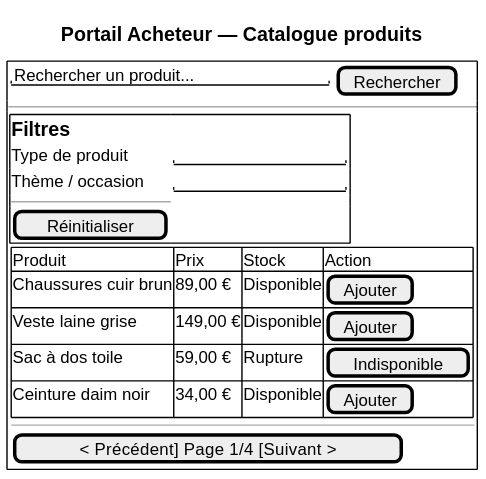
The PlantUML diagram architecture/04-physical-architecture/diagrams/ihm-pa-catalogue.svg in louistalvande/online_shop, before a commit. The source it was exported from:
```plantuml
@startsalt
title Portail Acheteur — Catalogue produits

{+
  {
    "Rechercher un produit...    " | [Rechercher]
  }
  --
  {
    {+
      == Filtres
      Type de produit  | "               "
      Thème / occasion | "               "
      --
      [Réinitialiser]
    }
    |
    {
      {#
        Produit                  | Prix    | Stock      | Action
        Chaussures cuir brun     | 89,00 € | Disponible | [Ajouter]
        Veste laine grise        | 149,00 €| Disponible | [Ajouter]
        Sac à dos toile          | 59,00 € | Rupture    | [Indisponible]
        Ceinture daim noir       | 34,00 € | Disponible | [Ajouter]
      }
      --
      [< Précédent]  Page 1/4  [Suivant >]
    }
  }
}
@endsalt
```
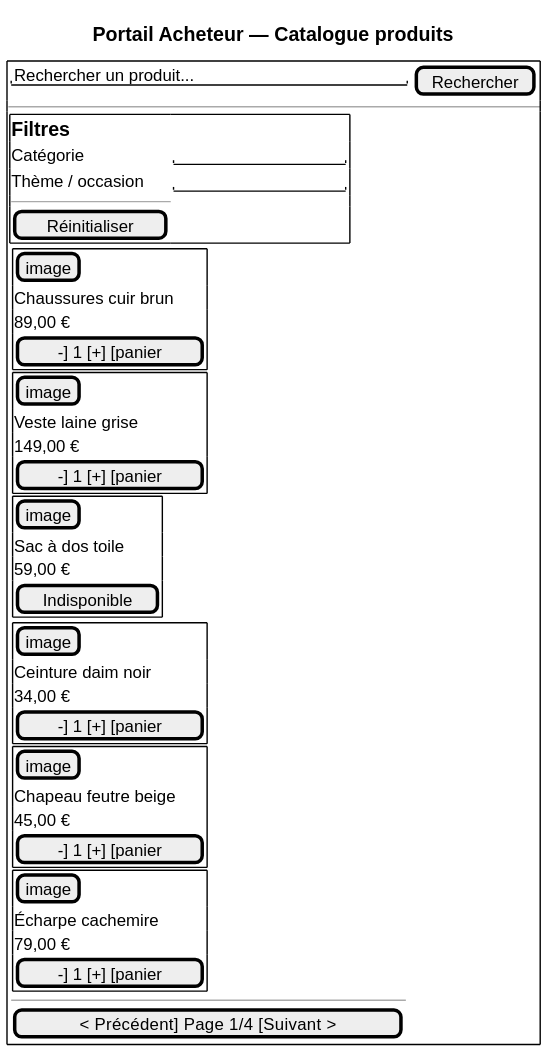
The same diagram one commit later.

Diff of the diagram source:
```diff
@@ -3,25 +3,62 @@
 
 {+
   {
-    "Rechercher un produit...    " | [Rechercher]
+    "Rechercher un produit...           " | [Rechercher]
   }
   --
   {
     {+
       == Filtres
-      Type de produit  | "               "
+      Catégorie        | "               "
       Thème / occasion | "               "
       --
       [Réinitialiser]
     }
     |
     {
-      {#
-        Produit                  | Prix    | Stock      | Action
-        Chaussures cuir brun     | 89,00 € | Disponible | [Ajouter]
-        Veste laine grise        | 149,00 €| Disponible | [Ajouter]
-        Sac à dos toile          | 59,00 € | Rupture    | [Indisponible]
-        Ceinture daim noir       | 34,00 € | Disponible | [Ajouter]
+      {
+        {+
+          [image]
+          Chaussures cuir brun
+          89,00 €
+          [-] 1 [+] [panier]
+        }
+        |
+        {+
+          [image]
+          Veste laine grise
+          149,00 €
+          [-] 1 [+] [panier]
+        }
+        |
+        {+
+          [image]
+          Sac à dos toile
+          59,00 €
+          [Indisponible]
+        }
+      }
+      {
+        {+
+          [image]
+          Ceinture daim noir
+          34,00 €
+          [-] 1 [+] [panier]
+        }
+        |
+        {+
+          [image]
+          Chapeau feutre beige
+          45,00 €
+          [-] 1 [+] [panier]
+        }
+        |
+        {+
+          [image]
+          Écharpe cachemire
+          79,00 €
+          [-] 1 [+] [panier]
+        }
       }
       --
       [< Précédent]  Page 1/4  [Suivant >]
```
